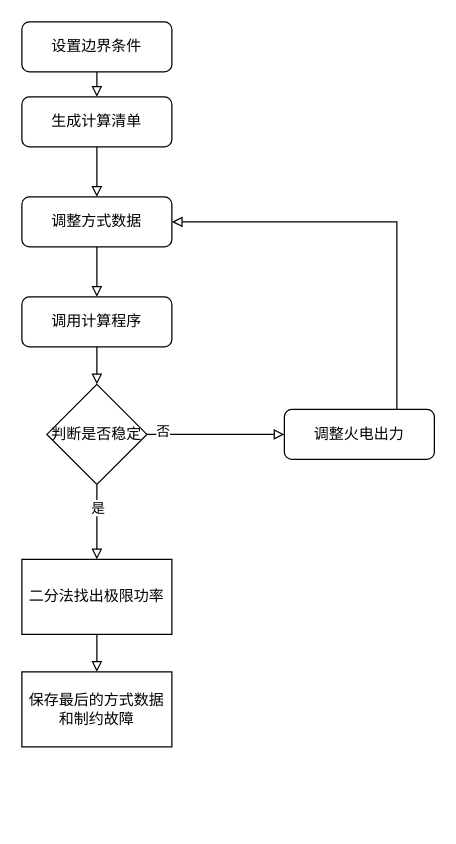
Earlier version of the draw.io diagram 未命名绘图.drawio (Ailcever/Python). Source tidied: cells renumbered, new cells numbered last; positions are measured from the earlier drawing's top-left corner, leaving out a move shared by most shapes. Both pictures are drawn from the tidied source at 125%, with x=0, y=0 at pixel (21, 21).
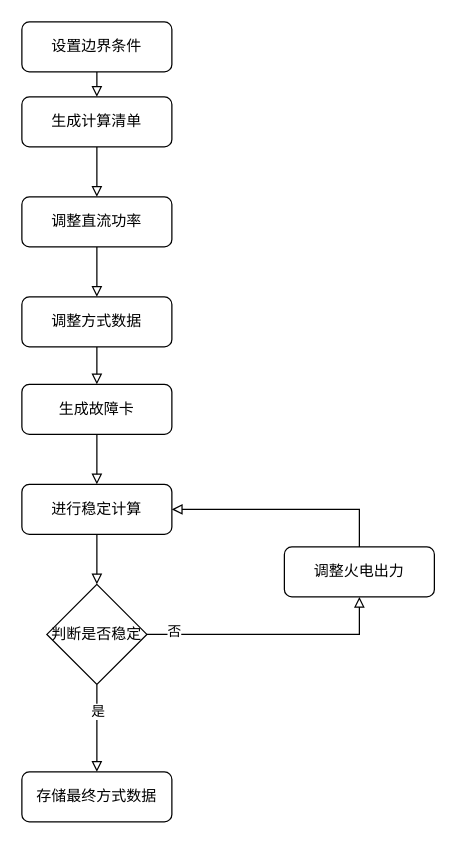
The same page after the edit.

Change to the diagram source:
```diff
@@
-    <mxCell id="4" style="edgeStyle=orthogonalEdgeStyle;rounded=0;jettySize=auto;html=1;endArrow=block;endFill=0;" parent="1" edge="1" source="5" target="6">
-      <mxGeometry relative="1" as="geometry" />
-    </mxCell>
-    <mxCell id="5" value="二分法找出极限功率" style="rounded=0;whiteSpace=wrap;html=1;" parent="1" vertex="1">
-      <mxGeometry y="430" width="120" height="60" as="geometry" />
-    </mxCell>
-    <mxCell id="6" value="保存最后的方式数据和制约故障" style="rounded=0;whiteSpace=wrap;html=1;" parent="1" vertex="1">
-      <mxGeometry y="520" width="120" height="60" as="geometry" />
-    </mxCell>
@@
-    <mxCell id="10" value="调整方式数据" style="rounded=1;whiteSpace=wrap;html=1;fontSize=12;glass=0;strokeWidth=1;shadow=0;" parent="1" vertex="1">
+    <mxCell id="10" value="调整直流功率" style="rounded=1;whiteSpace=wrap;html=1;fontSize=12;glass=0;strokeWidth=1;shadow=0;" parent="1" vertex="1">
       <mxGeometry y="140" width="120" height="40" as="geometry" />
     </mxCell>
-    <mxCell id="11" style="edgeStyle=orthogonalEdgeStyle;rounded=0;jettySize=auto;html=1;endArrow=block;endFill=0;" parent="1" edge="1" source="12" target="17">
-      <mxGeometry relative="1" as="geometry" />
-    </mxCell>
+    <mxCell id="20" style="edgeStyle=orthogonalEdgeStyle;rounded=0;jettySize=auto;html=1;endArrow=block;endFill=0;" parent="1" edge="1" source="12" target="22">
+      <mxGeometry relative="1" as="geometry" />
+    </mxCell>
-    <mxCell id="12" value="调用计算程序" style="rounded=1;whiteSpace=wrap;html=1;fontSize=12;glass=0;strokeWidth=1;shadow=0;" parent="1" vertex="1">
+    <mxCell id="12" value="调整方式数据" style="rounded=1;whiteSpace=wrap;html=1;fontSize=12;glass=0;strokeWidth=1;shadow=0;" parent="1" vertex="1">
       <mxGeometry y="220" width="120" height="40" as="geometry" />
     </mxCell>
-    <mxCell id="13" style="edgeStyle=orthogonalEdgeStyle;rounded=0;jettySize=auto;html=1;endArrow=block;endFill=0;" parent="1" edge="1" source="17" target="19">
+    <mxCell id="13" style="edgeStyle=orthogonalEdgeStyle;rounded=0;jettySize=auto;html=1;endArrow=block;endFill=0;entryX=0.5;entryY=1;entryDx=0;entryDy=0;" parent="1" edge="1" source="17" target="19">
       <mxGeometry relative="1" as="geometry" />
     </mxCell>
@@
-    <mxCell id="15" style="edgeStyle=orthogonalEdgeStyle;rounded=0;jettySize=auto;html=1;endArrow=block;endFill=0;" parent="1" edge="1" source="17" target="5">
+    <mxCell id="15" style="edgeStyle=orthogonalEdgeStyle;rounded=0;jettySize=auto;html=1;endArrow=block;endFill=0;entryX=0.5;entryY=0;entryDx=0;entryDy=0;" parent="1" edge="1" source="17" target="25">
       <mxGeometry relative="1" as="geometry" />
     </mxCell>
@@
     <mxCell id="17" value="判断是否稳定" style="rhombus;whiteSpace=wrap;html=1;" parent="1" vertex="1">
-      <mxGeometry x="20" y="290" width="80" height="80" as="geometry" />
+      <mxGeometry x="20" y="450" width="80" height="80" as="geometry" />
     </mxCell>
-    <mxCell id="18" style="edgeStyle=orthogonalEdgeStyle;rounded=0;jettySize=auto;html=1;entryX=1;entryY=0.5;entryDx=0;entryDy=0;endArrow=block;endFill=0;" parent="1" edge="1" source="19" target="10">
+    <mxCell id="18" style="edgeStyle=orthogonalEdgeStyle;rounded=0;jettySize=auto;html=1;endArrow=block;endFill=0;entryX=1;entryY=0.5;entryDx=0;entryDy=0;exitX=0.5;exitY=0;exitDx=0;exitDy=0;" parent="1" edge="1" source="19" target="24">
       <mxGeometry relative="1" as="geometry">
         <Array as="points">
-          <mxPoint x="300" y="330" />
-          <mxPoint x="300" y="160" />
+          <mxPoint x="270" y="390" />
         </Array>
       </mxGeometry>
     </mxCell>
     <mxCell id="19" value="调整火电出力" style="rounded=1;whiteSpace=wrap;html=1;fontSize=12;glass=0;strokeWidth=1;shadow=0;" parent="1" vertex="1">
-      <mxGeometry x="210" y="310" width="120" height="40" as="geometry" />
+      <mxGeometry x="210" y="420" width="120" height="40" as="geometry" />
     </mxCell>
+    <mxCell id="21" style="edgeStyle=orthogonalEdgeStyle;rounded=0;jettySize=auto;html=1;endArrow=block;endFill=0;" parent="1" edge="1" source="22" target="24">
+      <mxGeometry relative="1" as="geometry" />
+    </mxCell>
+    <mxCell id="22" value="生成故障卡" style="rounded=1;whiteSpace=wrap;html=1;fontSize=12;glass=0;strokeWidth=1;shadow=0;" parent="1" vertex="1">
+      <mxGeometry y="290" width="120" height="40" as="geometry" />
+    </mxCell>
+    <mxCell id="23" style="edgeStyle=orthogonalEdgeStyle;rounded=0;jettySize=auto;html=1;endArrow=block;endFill=0;" parent="1" edge="1" source="24" target="17">
+      <mxGeometry relative="1" as="geometry" />
+    </mxCell>
+    <mxCell id="24" value="进行稳定计算" style="rounded=1;whiteSpace=wrap;html=1;fontSize=12;glass=0;strokeWidth=1;shadow=0;" parent="1" vertex="1">
+      <mxGeometry y="370" width="120" height="40" as="geometry" />
+    </mxCell>
+    <mxCell id="25" value="存储最终方式数据" style="rounded=1;whiteSpace=wrap;html=1;fontSize=12;glass=0;strokeWidth=1;shadow=0;" parent="1" vertex="1">
+      <mxGeometry y="600" width="120" height="40" as="geometry" />
+    </mxCell>
```
